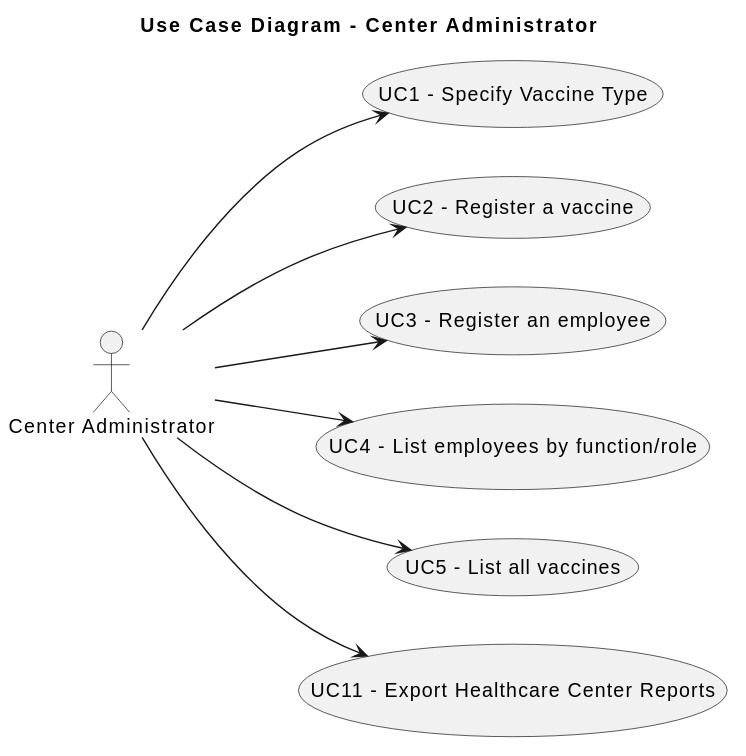
The PlantUML diagram Documentation/global-artifacts/svg/UCD_Center_Administrator.svg in Andre-1240567/fsoft2026_1DD_1, before a commit.
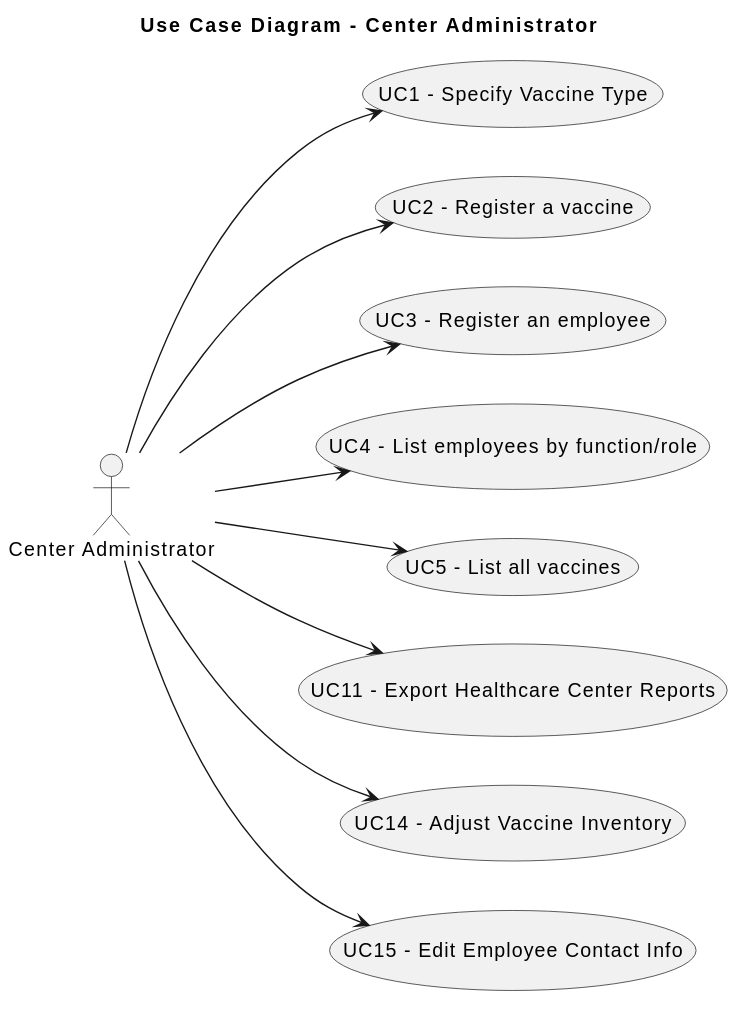
Later version of the same file.

The edit, as a diff of the source:
```diff
@@ -11,6 +11,8 @@
     usecase "UC4 - List employees by function/role" as UC4
     usecase "UC5 - List all vaccines" as UC5
     usecase "UC11 - Export Healthcare Center Reports" as UC11
+    usecase "UC14 - Adjust Vaccine Inventory" as UC14
+    usecase "UC15 - Edit Employee Contact Info" as UC15
 
 
 Admin --> UC1
@@ -19,4 +21,6 @@
 Admin --> UC4
 Admin --> UC5
 Admin --> UC11
+Admin --> UC14
+Admin --> UC15
 @enduml
```
